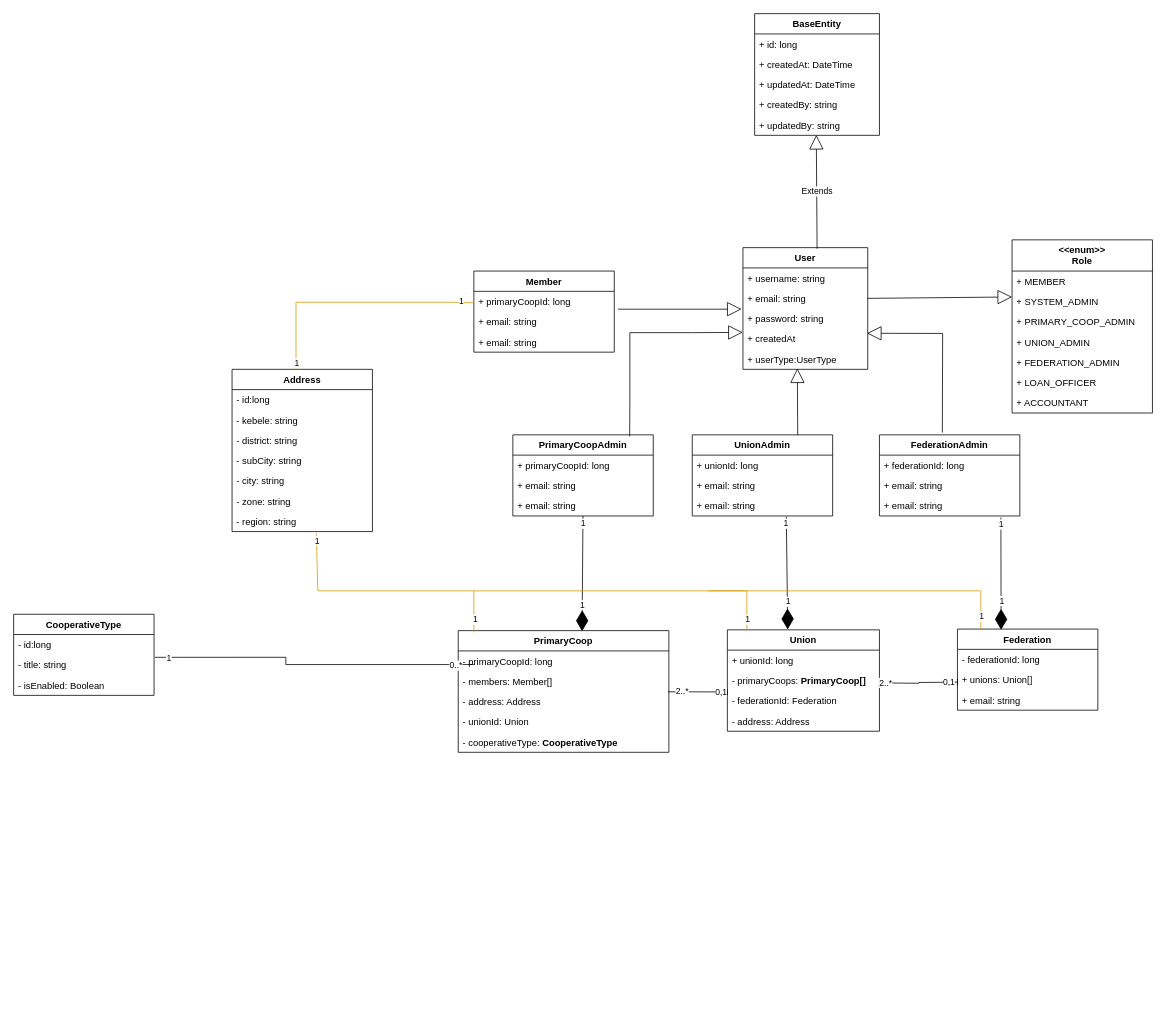
EDIF5/EDIF5 keeps this draw.io diagram as shemachoch.drawio. Above is the earlier version. Source tidied: cells renumbered, new cells numbered last; positions are measured from the earlier drawing's top-left corner, leaving out a move shared by most shapes. Both pictures are drawn from the tidied source at 78%, with x=0, y=0 at pixel (13, 13).
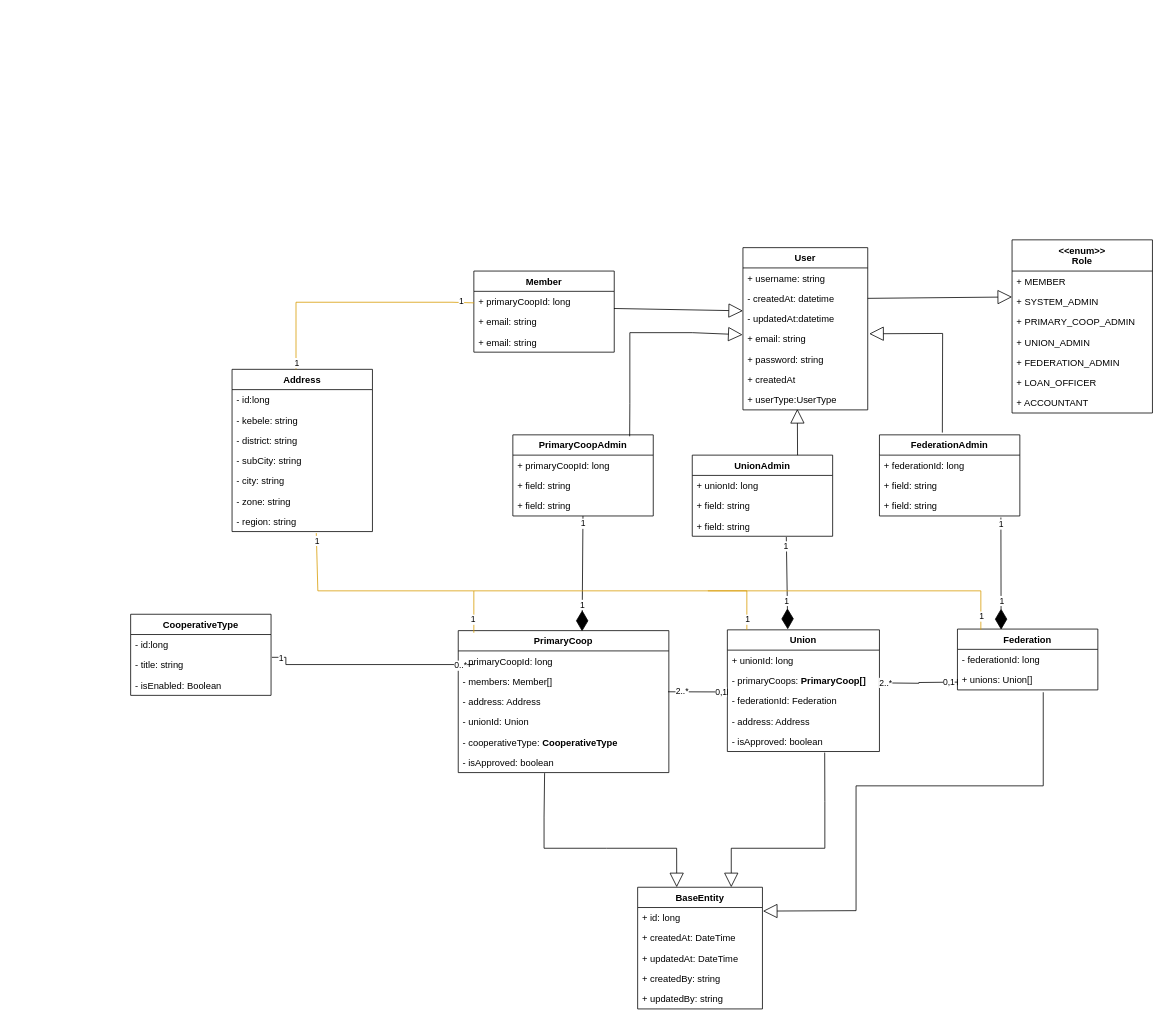
Above is the later version.

The change refers to these unchanged cells:
```xml
<mxCell id="17" value="+ SYSTEM_ADMIN" style="text;strokeColor=none;fillColor=none;align=left;verticalAlign=top;spacingLeft=4;spacingRight=4;overflow=hidden;points=[[0,0.5],[1,0.5]];portConstraint=eastwest;whiteSpace=wrap;html=1;" parent="15" vertex="1">
  <mxGeometry y="66" width="180" height="26" as="geometry" />
</mxCell>
<mxCell id="24" value="PrimaryCoopAdmin" style="swimlane;fontStyle=1;align=center;verticalAlign=top;horizontal=1;startSize=26;whiteSpace=wrap;html=1;" parent="1" vertex="1">
  <mxGeometry x="640" y="540" width="180" height="104" as="geometry" />
</mxCell>
<mxCell id="32" value="FederationAdmin" style="swimlane;fontStyle=1;align=center;verticalAlign=top;horizontal=1;startSize=26;whiteSpace=wrap;html=1;" parent="1" vertex="1">
  <mxGeometry x="1110" y="540" width="180" height="104" as="geometry" />
</mxCell>
<mxCell id="54" value="+ primaryCoopId: long" style="text;strokeColor=none;fillColor=none;align=left;verticalAlign=top;spacingLeft=4;spacingRight=4;overflow=hidden;points=[[0,0.5],[1,0.5]];portConstraint=eastwest;whiteSpace=wrap;html=1;" parent="53" vertex="1">
  <mxGeometry y="26" width="180" height="26" as="geometry" />
</mxCell>
<mxCell id="55" value="+ email: string" style="text;strokeColor=none;fillColor=none;align=left;verticalAlign=top;spacingLeft=4;spacingRight=4;overflow=hidden;points=[[0,0.5],[1,0.5]];portConstraint=eastwest;whiteSpace=wrap;html=1;" parent="53" vertex="1">
  <mxGeometry y="52" width="180" height="26" as="geometry" />
</mxCell>
<mxCell id="61" style="endArrow=diamondThin;endFill=1;endSize=24;html=1;rounded=0;entryX=0.397;entryY=-0.004;entryDx=0;entryDy=0;exitX=0.67;exitY=1.038;exitDx=0;exitDy=0;exitPerimeter=0;entryPerimeter=0;" parent="1" edge="1" source="31" target="44">
  <mxGeometry relative="1" as="geometry" />
</mxCell>
<mxCell id="89" style="endArrow=none;html=1;rounded=0;exitX=0.6;exitY=1.075;exitDx=0;exitDy=0;exitPerimeter=0;entryX=0.074;entryY=0.015;entryDx=0;entryDy=0;entryPerimeter=0;fillColor=#ffe6cc;strokeColor=#d79b00;" parent="1" edge="1" source="82" target="38">
  <mxGeometry relative="1" as="geometry">
    <Array as="points">
      <mxPoint x="390" y="740" />
      <mxPoint x="590" y="740" />
    </Array>
  </mxGeometry>
</mxCell>
```

Change to the diagram source:
```diff
@@
     <mxCell id="2" value="User" style="swimlane;fontStyle=1;align=center;verticalAlign=top;horizontal=1;startSize=26;whiteSpace=wrap;html=1;" parent="1" vertex="1">
-      <mxGeometry x="935" y="300" width="160" height="156" as="geometry" />
+      <mxGeometry x="935" y="300" width="160" height="208" as="geometry" />
     </mxCell>
@@
+    <mxCell id="99" value="- createdAt: datetime" style="text;strokeColor=none;fillColor=none;align=left;verticalAlign=top;spacingLeft=4;spacingRight=4;overflow=hidden;points=[[0,0.5],[1,0.5]];portConstraint=eastwest;whiteSpace=wrap;html=1;" parent="2" vertex="1">
+      <mxGeometry y="52" width="160" height="26" as="geometry" />
+    </mxCell>
+    <mxCell id="100" value="- updatedAt:datetime" style="text;strokeColor=none;fillColor=none;align=left;verticalAlign=top;spacingLeft=4;spacingRight=4;overflow=hidden;whiteSpace=wrap;html=1;" parent="2" vertex="1">
+      <mxGeometry y="78" width="160" height="26" as="geometry" />
+    </mxCell>
     <mxCell id="4" value="+ email: string" style="text;strokeColor=none;fillColor=none;align=left;verticalAlign=top;spacingLeft=4;spacingRight=4;overflow=hidden;points=[[0,0.5],[1,0.5]];portConstraint=eastwest;whiteSpace=wrap;html=1;" parent="2" vertex="1">
-      <mxGeometry y="52" width="160" height="26" as="geometry" />
+      <mxGeometry y="104" width="160" height="26" as="geometry" />
     </mxCell>
     <mxCell id="5" value="+ password: string" style="text;strokeColor=none;fillColor=none;align=left;verticalAlign=top;spacingLeft=4;spacingRight=4;overflow=hidden;points=[[0,0.5],[1,0.5]];portConstraint=eastwest;whiteSpace=wrap;html=1;" parent="2" vertex="1">
-      <mxGeometry y="78" width="160" height="26" as="geometry" />
+      <mxGeometry y="130" width="160" height="26" as="geometry" />
     </mxCell>
     <mxCell id="6" value="+ createdAt" style="text;strokeColor=none;fillColor=none;align=left;verticalAlign=top;spacingLeft=4;spacingRight=4;overflow=hidden;points=[[0,0.5],[1,0.5]];portConstraint=eastwest;whiteSpace=wrap;html=1;" parent="2" vertex="1">
-      <mxGeometry y="104" width="160" height="26" as="geometry" />
+      <mxGeometry y="156" width="160" height="26" as="geometry" />
     </mxCell>
     <mxCell id="7" value="+ userType:UserType" style="text;strokeColor=none;fillColor=none;align=left;verticalAlign=top;spacingLeft=4;spacingRight=4;overflow=hidden;points=[[0,0.5],[1,0.5]];portConstraint=eastwest;whiteSpace=wrap;html=1;" parent="2" vertex="1">
-      <mxGeometry y="130" width="160" height="26" as="geometry" />
+      <mxGeometry y="182" width="160" height="26" as="geometry" />
     </mxCell>
-    <mxCell id="8" value="BaseEntity" style="swimlane;fontStyle=1;align=center;verticalAlign=top;horizontal=1;startSize=26;whiteSpace=wrap;html=1;" parent="1" vertex="1">
-      <mxGeometry x="950" width="160" height="156" as="geometry" />
-    </mxCell>
-    <mxCell id="9" value="+ id: long" style="text;strokeColor=none;fillColor=none;align=left;verticalAlign=top;spacingLeft=4;spacingRight=4;overflow=hidden;points=[[0,0.5],[1,0.5]];portConstraint=eastwest;whiteSpace=wrap;html=1;" parent="8" vertex="1">
-      <mxGeometry y="26" width="160" height="26" as="geometry" />
-    </mxCell>
-    <mxCell id="10" value="+ createdAt: DateTime" style="text;strokeColor=none;fillColor=none;align=left;verticalAlign=top;spacingLeft=4;spacingRight=4;overflow=hidden;whiteSpace=wrap;html=1;" parent="8" vertex="1">
-      <mxGeometry y="52" width="160" height="26" as="geometry" />
-    </mxCell>
-    <mxCell id="11" value="+ updatedAt: DateTime" style="text;strokeColor=none;fillColor=none;align=left;verticalAlign=top;spacingLeft=4;spacingRight=4;overflow=hidden;whiteSpace=wrap;html=1;" parent="8" vertex="1">
-      <mxGeometry y="78" width="160" height="26" as="geometry" />
-    </mxCell>
-    <mxCell id="12" value="+ createdBy: string" style="text;strokeColor=none;fillColor=none;align=left;verticalAlign=top;spacingLeft=4;spacingRight=4;overflow=hidden;whiteSpace=wrap;html=1;" parent="8" vertex="1">
-      <mxGeometry y="104" width="160" height="26" as="geometry" />
-    </mxCell>
-    <mxCell id="13" value="+ updatedBy: string" style="text;strokeColor=none;fillColor=none;align=left;verticalAlign=top;spacingLeft=4;spacingRight=4;overflow=hidden;points=[[0,0.5],[1,0.5]];portConstraint=eastwest;whiteSpace=wrap;html=1;" parent="8" vertex="1">
-      <mxGeometry y="130" width="160" height="26" as="geometry" />
-    </mxCell>
-    <mxCell id="14" value="Extends" style="endArrow=block;endSize=16;endFill=0;html=1;rounded=0;exitX=0.594;exitY=0.009;exitDx=0;exitDy=0;entryX=0.494;entryY=0.982;entryDx=0;entryDy=0;entryPerimeter=0;exitPerimeter=0;" parent="1" edge="1" source="2" target="13">
-      <mxGeometry relative="1" as="geometry" />
-    </mxCell>
@@
-    <mxCell id="23" style="endArrow=block;endSize=16;endFill=0;html=1;rounded=0;entryX=0;entryY=0.279;entryDx=0;entryDy=0;entryPerimeter=0;exitX=1;exitY=0.5;exitDx=0;exitDy=0;" parent="1" edge="1" source="4" target="17">
+    <mxCell id="23" style="endArrow=block;endSize=16;endFill=0;html=1;rounded=0;entryX=0;entryY=0.279;entryDx=0;entryDy=0;entryPerimeter=0;exitX=1;exitY=0.5;exitDx=0;exitDy=0;" parent="1" edge="1" source="99" target="17">
       <mxGeometry relative="1" as="geometry" />
     </mxCell>
@@
-    <mxCell id="26" value="+ email: string" style="text;strokeColor=none;fillColor=none;align=left;verticalAlign=top;spacingLeft=4;spacingRight=4;overflow=hidden;whiteSpace=wrap;html=1;" parent="24" vertex="1">
+    <mxCell id="26" value="+ field: string" style="text;strokeColor=none;fillColor=none;align=left;verticalAlign=top;spacingLeft=4;spacingRight=4;overflow=hidden;whiteSpace=wrap;html=1;" parent="24" vertex="1">
       <mxGeometry y="52" width="180" height="26" as="geometry" />
     </mxCell>
-    <mxCell id="27" value="+ email: string" style="text;strokeColor=none;fillColor=none;align=left;verticalAlign=top;spacingLeft=4;spacingRight=4;overflow=hidden;points=[[0,0.5],[1,0.5]];portConstraint=eastwest;whiteSpace=wrap;html=1;" parent="24" vertex="1">
+    <mxCell id="27" value="+ field: string" style="text;strokeColor=none;fillColor=none;align=left;verticalAlign=top;spacingLeft=4;spacingRight=4;overflow=hidden;points=[[0,0.5],[1,0.5]];portConstraint=eastwest;whiteSpace=wrap;html=1;" parent="24" vertex="1">
       <mxGeometry y="78" width="180" height="26" as="geometry" />
     </mxCell>
     <mxCell id="28" value="UnionAdmin" style="swimlane;fontStyle=1;align=center;verticalAlign=top;horizontal=1;startSize=26;whiteSpace=wrap;html=1;" parent="1" vertex="1">
-      <mxGeometry x="870" y="540" width="180" height="104" as="geometry" />
+      <mxGeometry x="870" y="566" width="180" height="104" as="geometry" />
     </mxCell>
@@
-    <mxCell id="30" value="+ email: string" style="text;strokeColor=none;fillColor=none;align=left;verticalAlign=top;spacingLeft=4;spacingRight=4;overflow=hidden;whiteSpace=wrap;html=1;" parent="28" vertex="1">
+    <mxCell id="30" value="+ field: string" style="text;strokeColor=none;fillColor=none;align=left;verticalAlign=top;spacingLeft=4;spacingRight=4;overflow=hidden;whiteSpace=wrap;html=1;" parent="28" vertex="1">
       <mxGeometry y="52" width="180" height="26" as="geometry" />
     </mxCell>
-    <mxCell id="31" value="+ email: string" style="text;strokeColor=none;fillColor=none;align=left;verticalAlign=top;spacingLeft=4;spacingRight=4;overflow=hidden;points=[[0,0.5],[1,0.5]];portConstraint=eastwest;whiteSpace=wrap;html=1;" parent="28" vertex="1">
+    <mxCell id="31" value="+ field: string" style="text;strokeColor=none;fillColor=none;align=left;verticalAlign=top;spacingLeft=4;spacingRight=4;overflow=hidden;points=[[0,0.5],[1,0.5]];portConstraint=eastwest;whiteSpace=wrap;html=1;" parent="28" vertex="1">
       <mxGeometry y="78" width="180" height="26" as="geometry" />
     </mxCell>
@@
-    <mxCell id="34" value="+ email: string" style="text;strokeColor=none;fillColor=none;align=left;verticalAlign=top;spacingLeft=4;spacingRight=4;overflow=hidden;whiteSpace=wrap;html=1;" parent="32" vertex="1">
+    <mxCell id="34" value="+ field: string" style="text;strokeColor=none;fillColor=none;align=left;verticalAlign=top;spacingLeft=4;spacingRight=4;overflow=hidden;whiteSpace=wrap;html=1;" parent="32" vertex="1">
       <mxGeometry y="52" width="180" height="26" as="geometry" />
     </mxCell>
-    <mxCell id="35" value="+ email: string" style="text;strokeColor=none;fillColor=none;align=left;verticalAlign=top;spacingLeft=4;spacingRight=4;overflow=hidden;points=[[0,0.5],[1,0.5]];portConstraint=eastwest;whiteSpace=wrap;html=1;" parent="32" vertex="1">
+    <mxCell id="35" value="+ field: string" style="text;strokeColor=none;fillColor=none;align=left;verticalAlign=top;spacingLeft=4;spacingRight=4;overflow=hidden;points=[[0,0.5],[1,0.5]];portConstraint=eastwest;whiteSpace=wrap;html=1;" parent="32" vertex="1">
       <mxGeometry y="78" width="180" height="26" as="geometry" />
     </mxCell>
-    <mxCell id="36" style="endArrow=block;endSize=16;endFill=0;html=1;rounded=0;entryX=0.436;entryY=0.956;entryDx=0;entryDy=0;entryPerimeter=0;exitX=0.751;exitY=0.012;exitDx=0;exitDy=0;exitPerimeter=0;" parent="1" edge="1" target="7">
-      <mxGeometry relative="1" as="geometry">
-        <mxPoint x="1005.2" y="540.2" as="sourcePoint" />
-      </mxGeometry>
+    <mxCell id="36" style="endArrow=block;endSize=16;endFill=0;html=1;rounded=0;entryX=0.436;entryY=0.956;entryDx=0;entryDy=0;entryPerimeter=0;exitX=0.75;exitY=0;exitDx=0;exitDy=0;" parent="1" edge="1" source="28" target="7">
+      <mxGeometry relative="1" as="geometry" />
     </mxCell>
-    <mxCell id="37" style="endArrow=block;endSize=16;endFill=0;html=1;rounded=0;entryX=0.994;entryY=0.223;entryDx=0;entryDy=0;entryPerimeter=0;exitX=0.448;exitY=-0.028;exitDx=0;exitDy=0;exitPerimeter=0;" parent="1" edge="1" source="32" target="6">
+    <mxCell id="37" style="endArrow=block;endSize=16;endFill=0;html=1;rounded=0;exitX=0.448;exitY=-0.028;exitDx=0;exitDy=0;exitPerimeter=0;entryX=1.012;entryY=0.247;entryDx=0;entryDy=0;entryPerimeter=0;" parent="1" edge="1" source="32" target="4">
       <mxGeometry relative="1" as="geometry">
         <Array as="points">
           <mxPoint x="1191" y="410" />
         </Array>
       </mxGeometry>
     </mxCell>
     <mxCell id="38" value="PrimaryCoop" style="swimlane;fontStyle=1;align=center;verticalAlign=top;horizontal=1;startSize=26;whiteSpace=wrap;html=1;" parent="1" vertex="1">
-      <mxGeometry x="570" y="791" width="270" height="156" as="geometry" />
+      <mxGeometry x="570" y="791" width="270" height="182" as="geometry" />
     </mxCell>
@@
+    <mxCell id="101" value="- isApproved: boolean" style="text;strokeColor=none;fillColor=none;align=left;verticalAlign=top;spacingLeft=4;spacingRight=4;overflow=hidden;points=[[0,0.5],[1,0.5]];portConstraint=eastwest;whiteSpace=wrap;html=1;" parent="38" vertex="1">
+      <mxGeometry y="156" width="270" height="26" as="geometry" />
+    </mxCell>
     <mxCell id="44" value="Union" style="swimlane;fontStyle=1;align=center;verticalAlign=top;horizontal=1;startSize=26;whiteSpace=wrap;html=1;" parent="1" vertex="1">
-      <mxGeometry x="915" y="790" width="195" height="130" as="geometry" />
+      <mxGeometry x="915" y="790" width="195" height="156" as="geometry" />
     </mxCell>
@@
+    <mxCell id="102" value="- address: Address" style="text;strokeColor=none;fillColor=none;align=left;verticalAlign=top;spacingLeft=4;spacingRight=4;overflow=hidden;whiteSpace=wrap;html=1;" parent="44" vertex="1">
+      <mxGeometry y="104" width="195" height="26" as="geometry" />
+    </mxCell>
-    <mxCell id="48" value="- address: Address" style="text;strokeColor=none;fillColor=none;align=left;verticalAlign=top;spacingLeft=4;spacingRight=4;overflow=hidden;points=[[0,0.5],[1,0.5]];portConstraint=eastwest;whiteSpace=wrap;html=1;" parent="44" vertex="1">
-      <mxGeometry y="104" width="195" height="26" as="geometry" />
+    <mxCell id="48" value="- isApproved: boolean" style="text;strokeColor=none;fillColor=none;align=left;verticalAlign=top;spacingLeft=4;spacingRight=4;overflow=hidden;points=[[0,0.5],[1,0.5]];portConstraint=eastwest;whiteSpace=wrap;html=1;" parent="44" vertex="1">
+      <mxGeometry y="130" width="195" height="26" as="geometry" />
     </mxCell>
     <mxCell id="49" value="Federation" style="swimlane;fontStyle=1;align=center;verticalAlign=top;horizontal=1;startSize=26;whiteSpace=wrap;html=1;" parent="1" vertex="1">
-      <mxGeometry x="1210" y="789" width="180" height="104" as="geometry" />
+      <mxGeometry x="1210" y="789" width="180" height="78" as="geometry" />
     </mxCell>
@@
-    <mxCell id="52" value="+ email: string" style="text;strokeColor=none;fillColor=none;align=left;verticalAlign=top;spacingLeft=4;spacingRight=4;overflow=hidden;whiteSpace=wrap;html=1;" parent="49" vertex="1">
-      <mxGeometry y="78" width="180" height="26" as="geometry" />
-    </mxCell>
@@
-    <mxCell id="57" style="endArrow=block;endSize=16;endFill=0;html=1;rounded=0;entryX=-0.011;entryY=1.034;entryDx=0;entryDy=0;entryPerimeter=0;exitX=1.027;exitY=-0.12;exitDx=0;exitDy=0;exitPerimeter=0;" parent="1" edge="1" source="55" target="4">
-      <mxGeometry relative="1" as="geometry" />
+    <mxCell id="57" style="endArrow=block;endSize=16;endFill=0;html=1;rounded=0;entryX=0;entryY=0.5;entryDx=0;entryDy=0;exitX=0.998;exitY=0.846;exitDx=0;exitDy=0;exitPerimeter=0;" parent="1" edge="1" source="54">
+      <mxGeometry relative="1" as="geometry">
+        <mxPoint x="935" y="381" as="targetPoint" />
+      </mxGeometry>
     </mxCell>
@@
     <mxCell id="62" value="1" style="edgeLabel;html=1;align=center;verticalAlign=middle;" parent="61" vertex="1">
-      <mxGeometry x="-0.87" y="-1" relative="1" as="geometry" />
+      <mxGeometry x="-0.87" y="-1" relative="1" as="geometry">
+        <mxPoint y="3" as="offset" />
+      </mxGeometry>
     </mxCell>
     <mxCell id="63" value="1" style="edgeLabel;html=1;align=center;verticalAlign=middle;" parent="61" vertex="1">
-      <mxGeometry x="0.51" y="1" relative="1" as="geometry" />
+      <mxGeometry x="0.51" y="1" relative="1" as="geometry">
+        <mxPoint x="-2" y="-7" as="offset" />
+      </mxGeometry>
     </mxCell>
@@
-    <mxCell id="67" style="endArrow=block;endSize=16;endFill=0;html=1;rounded=0;entryX=-0.002;entryY=1.18;entryDx=0;entryDy=0;entryPerimeter=0;exitX=0.832;exitY=0.018;exitDx=0;exitDy=0;exitPerimeter=0;" parent="1" edge="1" source="24" target="5">
+    <mxCell id="67" style="endArrow=block;endSize=16;endFill=0;html=1;rounded=0;exitX=0.832;exitY=0.018;exitDx=0;exitDy=0;exitPerimeter=0;entryX=-0.003;entryY=0.294;entryDx=0;entryDy=0;entryPerimeter=0;" parent="1" edge="1" source="24" target="4">
       <mxGeometry x="0.39" y="-1" relative="1" as="geometry">
         <Array as="points">
           <mxPoint x="790" y="500" />
           <mxPoint x="790" y="409" />
           <mxPoint x="870" y="409" />
         </Array>
       </mxGeometry>
     </mxCell>
     <mxCell id="68" value="CooperativeType" style="swimlane;fontStyle=1;align=center;verticalAlign=top;horizontal=1;startSize=26;whiteSpace=wrap;html=1;" parent="1" vertex="1">
-      <mxGeometry y="770" width="180" height="104" as="geometry" />
+      <mxGeometry x="150" y="770" width="180" height="104" as="geometry" />
     </mxCell>
@@
     <mxCell id="91" value="1" style="edgeLabel;html=1;align=center;verticalAlign=middle;" parent="89" vertex="1">
-      <mxGeometry x="0.9" y="2" relative="1" as="geometry" />
+      <mxGeometry x="0.9" y="2" relative="1" as="geometry">
+        <mxPoint x="-3" as="offset" />
+      </mxGeometry>
     </mxCell>
@@
+    <mxCell id="8" value="BaseEntity" style="swimlane;fontStyle=1;align=center;verticalAlign=top;horizontal=1;startSize=26;whiteSpace=wrap;html=1;" parent="1" vertex="1">
+      <mxGeometry x="800" y="1120" width="160" height="156" as="geometry" />
+    </mxCell>
+    <mxCell id="9" value="+ id: long" style="text;strokeColor=none;fillColor=none;align=left;verticalAlign=top;spacingLeft=4;spacingRight=4;overflow=hidden;points=[[0,0.5],[1,0.5]];portConstraint=eastwest;whiteSpace=wrap;html=1;" parent="8" vertex="1">
+      <mxGeometry y="26" width="160" height="26" as="geometry" />
+    </mxCell>
+    <mxCell id="10" value="+ createdAt: DateTime" style="text;strokeColor=none;fillColor=none;align=left;verticalAlign=top;spacingLeft=4;spacingRight=4;overflow=hidden;whiteSpace=wrap;html=1;" parent="8" vertex="1">
+      <mxGeometry y="52" width="160" height="26" as="geometry" />
+    </mxCell>
+    <mxCell id="11" value="+ updatedAt: DateTime" style="text;strokeColor=none;fillColor=none;align=left;verticalAlign=top;spacingLeft=4;spacingRight=4;overflow=hidden;whiteSpace=wrap;html=1;" parent="8" vertex="1">
+      <mxGeometry y="78" width="160" height="26" as="geometry" />
+    </mxCell>
+    <mxCell id="12" value="+ createdBy: string" style="text;strokeColor=none;fillColor=none;align=left;verticalAlign=top;spacingLeft=4;spacingRight=4;overflow=hidden;whiteSpace=wrap;html=1;" parent="8" vertex="1">
+      <mxGeometry y="104" width="160" height="26" as="geometry" />
+    </mxCell>
+    <mxCell id="13" value="+ updatedBy: string" style="text;strokeColor=none;fillColor=none;align=left;verticalAlign=top;spacingLeft=4;spacingRight=4;overflow=hidden;points=[[0,0.5],[1,0.5]];portConstraint=eastwest;whiteSpace=wrap;html=1;" parent="8" vertex="1">
+      <mxGeometry y="130" width="160" height="26" as="geometry" />
+    </mxCell>
+    <mxCell id="103" style="endArrow=block;endSize=16;endFill=0;html=1;rounded=0;entryX=0.313;entryY=0;entryDx=0;entryDy=0;entryPerimeter=0;exitX=0.41;exitY=1.026;exitDx=0;exitDy=0;exitPerimeter=0;" parent="1" edge="1" source="101" target="8">
+      <mxGeometry x="0.39" y="-1" relative="1" as="geometry">
+        <Array as="points">
+          <mxPoint x="680" y="1030" />
+          <mxPoint x="680" y="1070" />
+          <mxPoint x="760" y="1070" />
+          <mxPoint x="850" y="1070" />
+        </Array>
+      </mxGeometry>
+    </mxCell>
+    <mxCell id="104" style="endArrow=block;endSize=16;endFill=0;html=1;rounded=0;exitX=0.64;exitY=1.052;exitDx=0;exitDy=0;exitPerimeter=0;entryX=0.75;entryY=0;entryDx=0;entryDy=0;" parent="1" edge="1" source="48" target="8">
+      <mxGeometry x="0.39" y="-1" relative="1" as="geometry">
+        <Array as="points">
+          <mxPoint x="1040" y="1010" />
+          <mxPoint x="1040" y="1070" />
+          <mxPoint x="920" y="1070" />
+        </Array>
+      </mxGeometry>
+    </mxCell>
+    <mxCell id="105" style="endArrow=block;endSize=16;endFill=0;html=1;rounded=0;entryX=1.004;entryY=0.175;entryDx=0;entryDy=0;entryPerimeter=0;" parent="1" edge="1" target="9">
+      <mxGeometry x="0.39" y="-1" relative="1" as="geometry">
+        <mxPoint x="1320" y="870" as="sourcePoint" />
+        <Array as="points">
+          <mxPoint x="1320" y="930" />
+          <mxPoint x="1320" y="990" />
+          <mxPoint x="1080" y="990" />
+          <mxPoint x="1080" y="1150" />
+        </Array>
+      </mxGeometry>
+    </mxCell>
```
